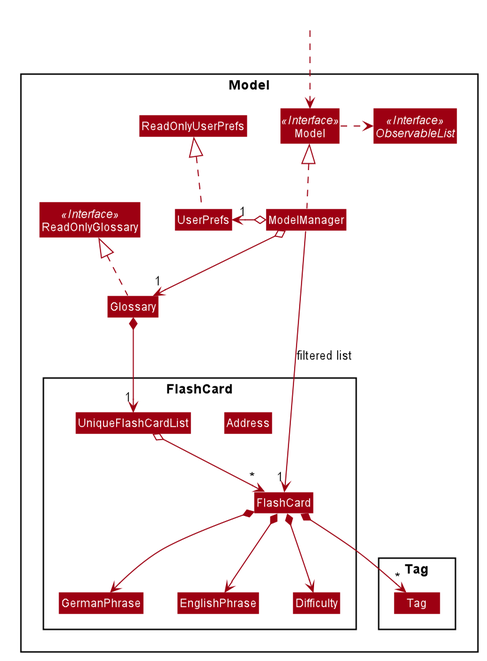
This is docs/images/ModelClassDiagram.png from zhizhizhizhizhi/tp, a PlantUML export, as it was before one commit.
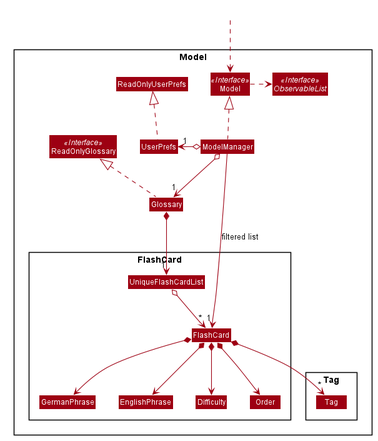
Later version of the same file.

Commit message:
Add Order to Model Class Diagrams

What changed in the source:
```diff
@@ -64,7 +64,7 @@
 
 Package FlashCard {
 Class FlashCard
-Class Address
+Class Order
 Class Difficulty
 Class GermanPhrase
 Class EnglishPhrase
@@ -92,6 +92,7 @@
 FlashCard *--> GermanPhrase
 FlashCard *--> EnglishPhrase
 FlashCard *--> Difficulty
+FlashCard *--> Order
 FlashCard *--> "*" Tag
 
 GermanPhrase -[hidden]right-> EnglishPhrase
```
